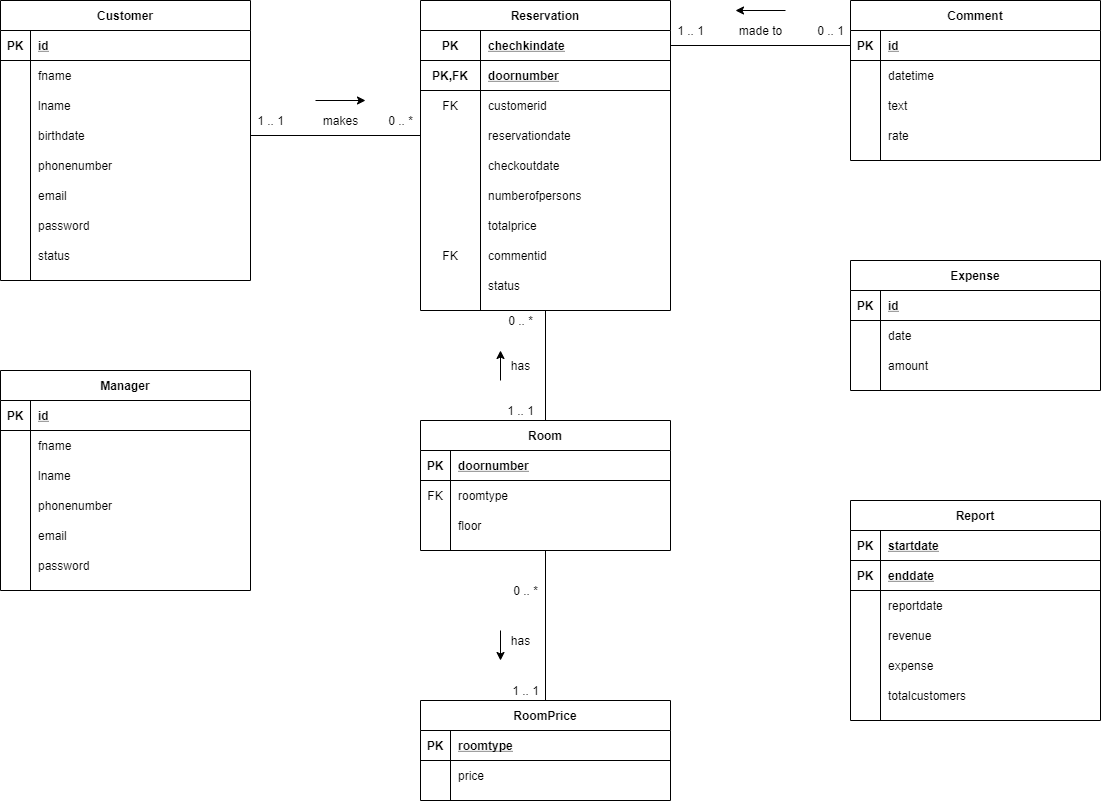
Before: erdiagram.png, a diagram exported from draw.io (fatihfurkanaydemir/ffahotel). Source tidied: cells renumbered, new cells last; positions are measured from the earlier drawing's top-left corner, leaving out a move shared by most shapes.
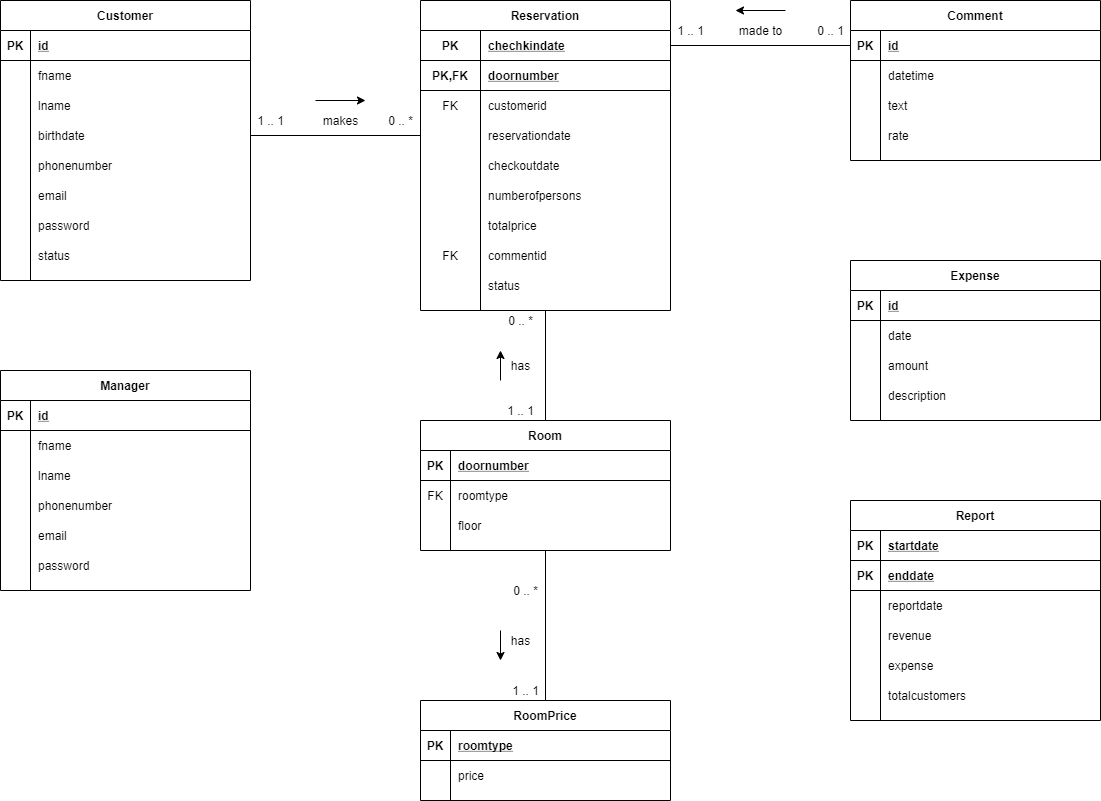
The same file after the commit.

The edit, as a diff of the source:
```diff
@@ -318,7 +318,7 @@
       <mxGeometry x="810" y="20" width="40" height="20" as="geometry" />
     </mxCell>
     <mxCell id="104" value="Expense" style="shape=table;startSize=30;rowLines=0;fontStyle=1;align=center;" parent="1" vertex="1">
-      <mxGeometry x="850" y="260" width="250" height="130" as="geometry" />
+      <mxGeometry x="850" y="260" width="250" height="160" as="geometry" />
     </mxCell>
     <mxCell id="105" style="shape=partialRectangle;fillColor=none;top=0;left=0;right=0;bottom=1;" parent="104" vertex="1">
       <mxGeometry y="30" width="250" height="30" as="geometry" />
@@ -338,13 +338,22 @@
     <mxCell id="110" value="date" style="shape=partialRectangle;overflow=hidden;fillColor=none;top=0;left=0;bottom=0;right=0;align=left;spacingLeft=6;" parent="108" vertex="1">
       <mxGeometry x="30" width="220" height="30" as="geometry" />
     </mxCell>
+    <mxCell id="153" style="shape=partialRectangle;fillColor=none;top=0;left=0;right=0;bottom=0;" parent="104" vertex="1">
+      <mxGeometry y="90" width="250" height="30" as="geometry" />
+    </mxCell>
+    <mxCell id="154" style="shape=partialRectangle;overflow=hidden;fillColor=none;top=0;left=0;bottom=0;right=0;" parent="153" vertex="1">
+      <mxGeometry width="30" height="30" as="geometry" />
+    </mxCell>
+    <mxCell id="155" value="amount" style="shape=partialRectangle;overflow=hidden;fillColor=none;top=0;left=0;bottom=0;right=0;align=left;spacingLeft=6;" parent="153" vertex="1">
+      <mxGeometry x="30" width="220" height="30" as="geometry" />
+    </mxCell>
     <mxCell id="111" style="shape=partialRectangle;fillColor=none;top=0;left=0;right=0;bottom=0;" parent="104" vertex="1">
-      <mxGeometry y="90" width="250" height="30" as="geometry" />
+      <mxGeometry y="120" width="250" height="30" as="geometry" />
     </mxCell>
     <mxCell id="112" style="shape=partialRectangle;overflow=hidden;fillColor=none;top=0;left=0;bottom=0;right=0;" parent="111" vertex="1">
       <mxGeometry width="30" height="30" as="geometry" />
     </mxCell>
-    <mxCell id="113" value="amount" style="shape=partialRectangle;overflow=hidden;fillColor=none;top=0;left=0;bottom=0;right=0;align=left;spacingLeft=6;" parent="111" vertex="1">
+    <mxCell id="113" value="description" style="shape=partialRectangle;overflow=hidden;fillColor=none;top=0;left=0;bottom=0;right=0;align=left;spacingLeft=6;" parent="111" vertex="1">
       <mxGeometry x="30" width="220" height="30" as="geometry" />
     </mxCell>
     <mxCell id="114" value="Report" style="shape=table;startSize=30;rowLines=0;fontStyle=1;align=center;" parent="1" vertex="1">
```
